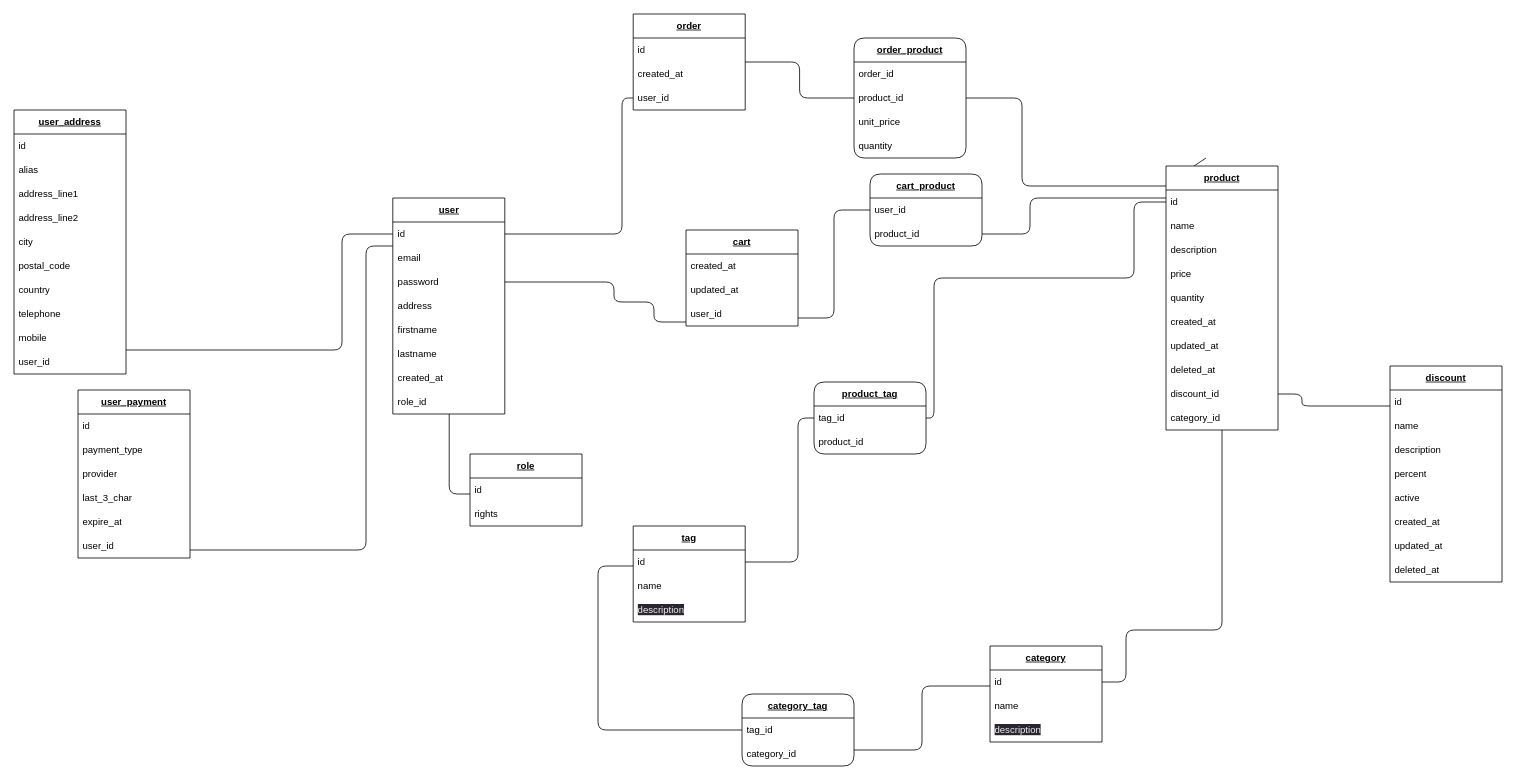
Above: mld.drawio in felix-hauger/boutique-en-ligne (draw.io), before the change. Source tidied: cells renumbered, new cells numbered last; positions are measured from the earlier drawing's top-left corner, leaving out a move shared by most shapes. Both pictures are drawn from the tidied source at 80%, with x=0, y=0 at pixel (14, 14).
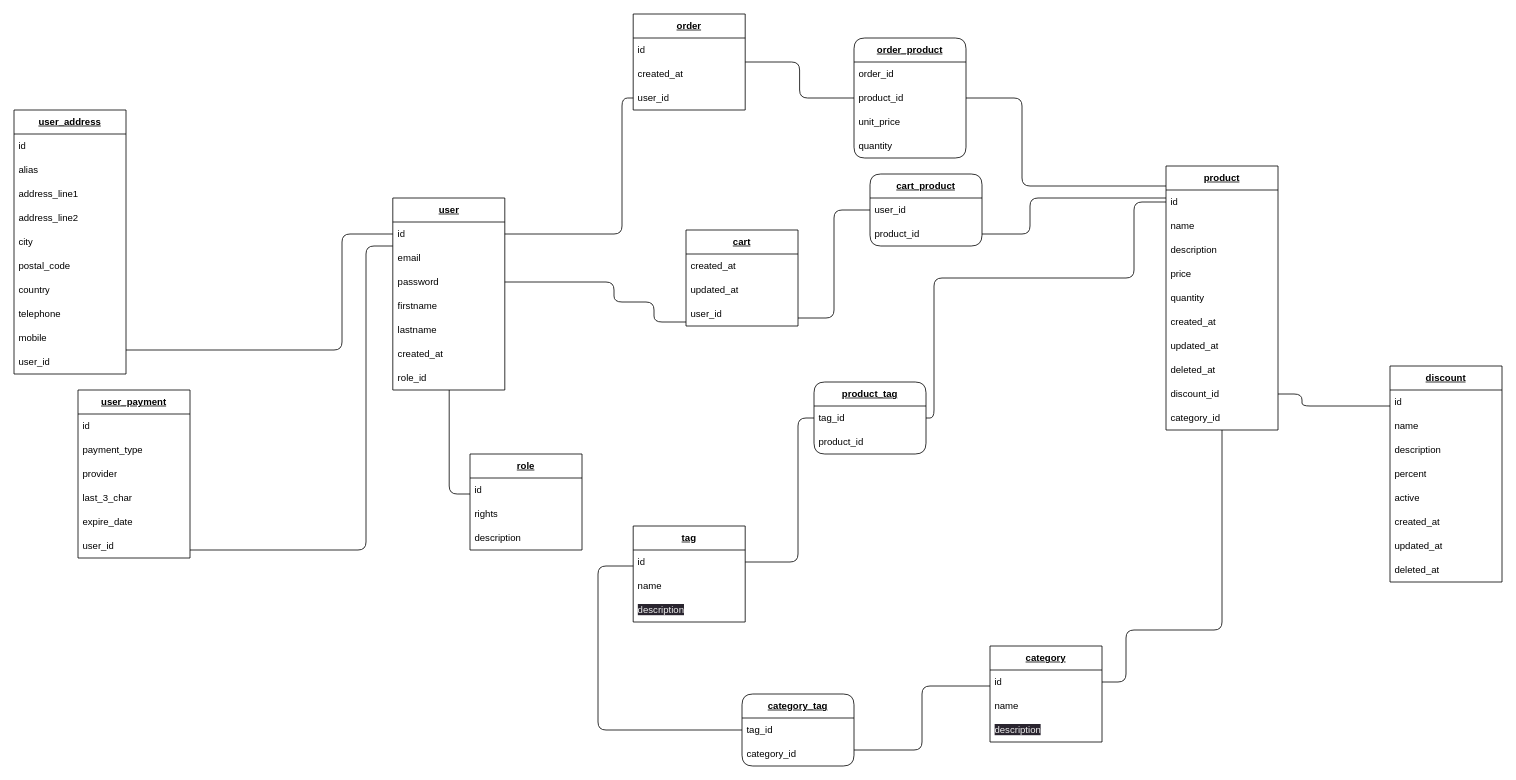
The same diagram, later.

Commit message (it also covers changes not shown here):
MCD & MLD - removed address field from user & renamed expire_at from user_payment to expire_date

The change refers to these unchanged cells:
```xml
<mxCell id="53" value="&lt;b&gt;&lt;u&gt;user_payment&lt;br&gt;&lt;/u&gt;&lt;/b&gt;" style="swimlane;fontStyle=0;horizontal=1;startSize=30;whiteSpace=wrap;html=1;" parent="1" vertex="1">
  <mxGeometry x="80" y="470" width="140" height="210" as="geometry" />
</mxCell>
<mxCell id="63" value="&lt;b&gt;&lt;u&gt;product&lt;/u&gt;&lt;/b&gt;" style="swimlane;fontStyle=0;horizontal=1;startSize=30;whiteSpace=wrap;html=1;" parent="1" vertex="1">
  <mxGeometry x="1440" y="190" width="140" height="330" as="geometry" />
</mxCell>
```

What changed in the source:
```diff
@@
     <mxCell id="4" value="&lt;b&gt;&lt;u&gt;user&lt;/u&gt;&lt;/b&gt;" style="swimlane;fontStyle=0;horizontal=1;startSize=30;whiteSpace=wrap;html=1;" parent="1" vertex="1">
-      <mxGeometry x="473.5" y="230" width="140" height="270" as="geometry" />
+      <mxGeometry x="473.5" y="230" width="140" height="240" as="geometry" />
     </mxCell>
@@
-    <mxCell id="8" value="address" style="text;strokeColor=none;fillColor=none;align=left;verticalAlign=middle;spacingLeft=4;spacingRight=4;overflow=hidden;whiteSpace=wrap;html=1;" parent="4" vertex="1">
-      <mxGeometry y="120" width="140" height="30" as="geometry" />
-    </mxCell>
     <mxCell id="9" value="firstname" style="text;strokeColor=none;fillColor=none;align=left;verticalAlign=middle;spacingLeft=4;spacingRight=4;overflow=hidden;whiteSpace=wrap;html=1;" parent="4" vertex="1">
-      <mxGeometry y="150" width="140" height="30" as="geometry" />
+      <mxGeometry y="120" width="140" height="30" as="geometry" />
     </mxCell>
     <mxCell id="10" value="lastname" style="text;strokeColor=none;fillColor=none;align=left;verticalAlign=middle;spacingLeft=4;spacingRight=4;overflow=hidden;whiteSpace=wrap;html=1;" parent="4" vertex="1">
-      <mxGeometry y="180" width="140" height="30" as="geometry" />
+      <mxGeometry y="150" width="140" height="30" as="geometry" />
     </mxCell>
     <mxCell id="11" value="created_at" style="text;strokeColor=none;fillColor=none;align=left;verticalAlign=middle;spacingLeft=4;spacingRight=4;overflow=hidden;whiteSpace=wrap;html=1;" parent="4" vertex="1">
-      <mxGeometry y="210" width="140" height="30" as="geometry" />
+      <mxGeometry y="180" width="140" height="30" as="geometry" />
     </mxCell>
     <mxCell id="12" value="role_id" style="text;strokeColor=none;fillColor=none;align=left;verticalAlign=middle;spacingLeft=4;spacingRight=4;overflow=hidden;points=[[0,0.5],[1,0.5]];portConstraint=eastwest;whiteSpace=wrap;html=1;" parent="4" vertex="1">
-      <mxGeometry y="240" width="140" height="30" as="geometry" />
+      <mxGeometry y="210" width="140" height="30" as="geometry" />
     </mxCell>
@@
     <mxCell id="22" value="&lt;b&gt;&lt;u&gt;role&lt;br&gt;&lt;/u&gt;&lt;/b&gt;" style="swimlane;fontStyle=0;horizontal=1;startSize=30;whiteSpace=wrap;html=1;" parent="1" vertex="1">
-      <mxGeometry x="570" y="550" width="140" height="90" as="geometry" />
+      <mxGeometry x="570" y="550" width="140" height="120" as="geometry" />
     </mxCell>
@@
+    <mxCell id="102" value="description" style="text;strokeColor=none;fillColor=none;align=left;verticalAlign=middle;spacingLeft=4;spacingRight=4;overflow=hidden;whiteSpace=wrap;html=1;" parent="22" vertex="1">
+      <mxGeometry y="90" width="140" height="30" as="geometry" />
+    </mxCell>
@@
-    <mxCell id="58" value="expire_at" style="text;strokeColor=none;fillColor=none;align=left;verticalAlign=middle;spacingLeft=4;spacingRight=4;overflow=hidden;whiteSpace=wrap;html=1;" parent="53" vertex="1">
+    <mxCell id="58" value="expire_date" style="text;strokeColor=none;fillColor=none;align=left;verticalAlign=middle;spacingLeft=4;spacingRight=4;overflow=hidden;whiteSpace=wrap;html=1;" parent="53" vertex="1">
       <mxGeometry y="150" width="140" height="30" as="geometry" />
     </mxCell>
@@
-    <mxCell id="62" style="edgeStyle=none;html=1;exitX=0.25;exitY=0;exitDx=0;exitDy=0;endArrow=none;endFill=0;" parent="1" edge="1" source="63">
-      <mxGeometry relative="1" as="geometry">
-        <mxPoint x="1490" y="180" as="targetPoint" />
-      </mxGeometry>
-    </mxCell>
```
